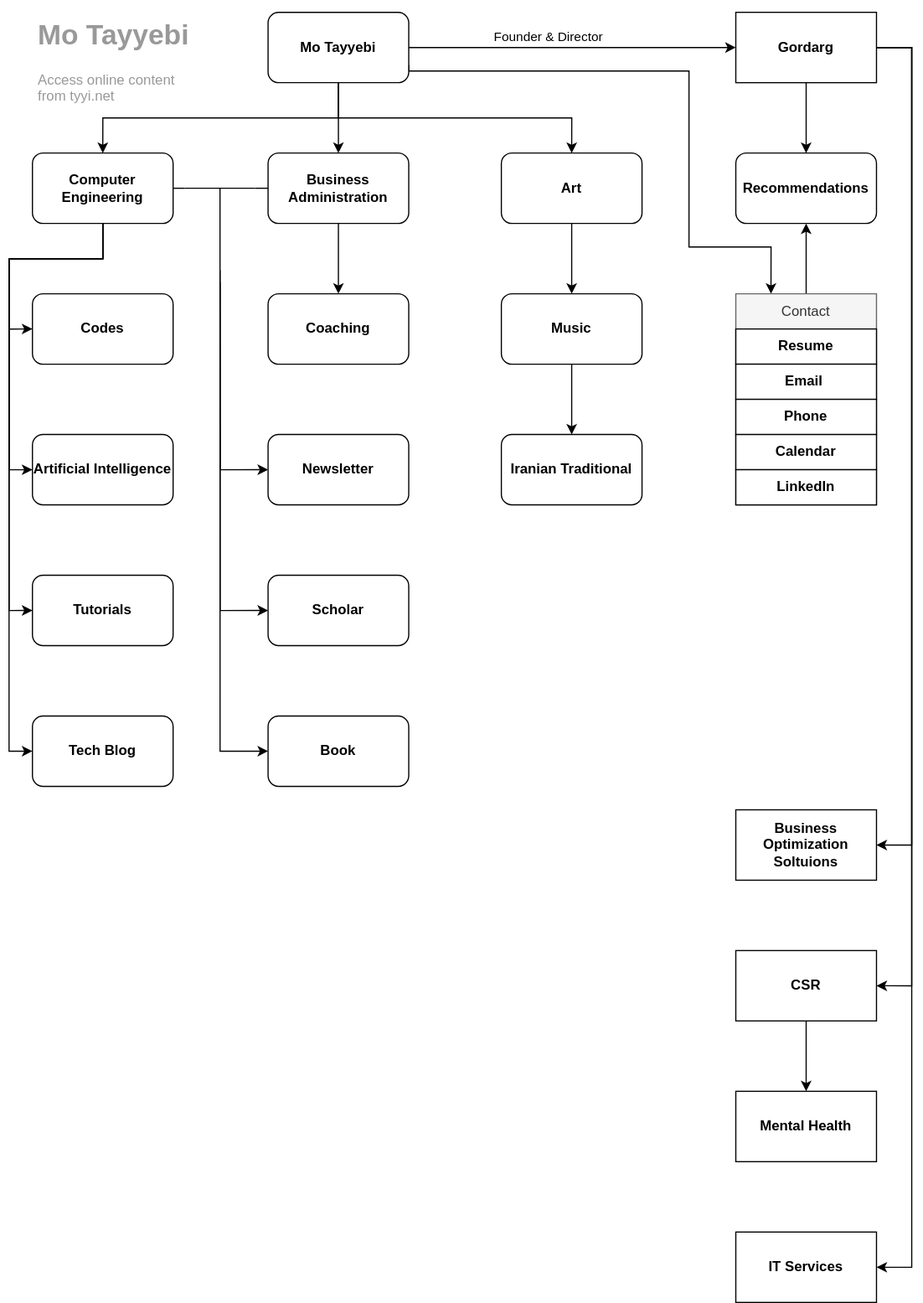
Earlier version of the draw.io export img/map.svg (tayyebi/tayyebi.github.io). Source tidied: cells renumbered, new cells last; positions are measured from the earlier drawing's top-left corner, leaving out a move shared by most shapes.
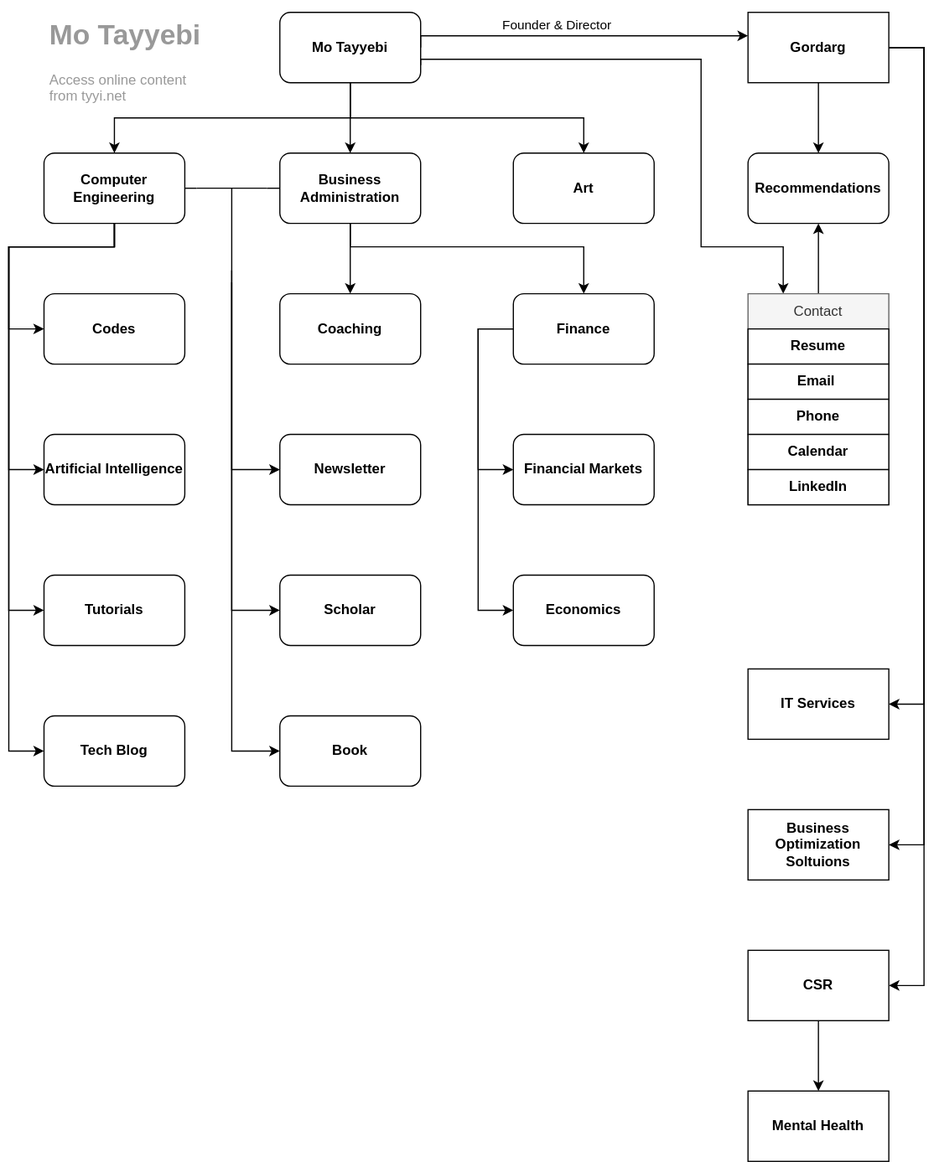
Above is the later version.

The edit, as a diff of the source:
```diff
@@ -17,7 +17,11 @@
       <mxGeometry relative="1" as="geometry" />
     </mxCell>
     <mxCell id="5" style="edgeStyle=orthogonalEdgeStyle;rounded=0;jettySize=auto;html=1;exitX=1;exitY=0.5;exitDx=0;exitDy=0;" parent="1" edge="1" source="8" target="12">
-      <mxGeometry relative="1" as="geometry" />
+      <mxGeometry relative="1" as="geometry">
+        <Array as="points">
+          <mxPoint x="341" y="20" />
+        </Array>
+      </mxGeometry>
     </mxCell>
     <mxCell id="6" value="Founder &amp;amp; Director" style="edgeLabel;html=1;align=center;verticalAlign=middle;" parent="5" vertex="1">
       <mxGeometry x="0.22" y="-2" relative="1" as="geometry">
@@ -27,8 +31,8 @@
     <mxCell id="7" style="edgeStyle=orthogonalEdgeStyle;rounded=0;jettySize=auto;html=1;exitX=1;exitY=0.75;exitDx=0;exitDy=0;fontColor=#000000;entryX=0.25;entryY=0;entryDx=0;entryDy=0;" parent="1" edge="1" source="8" target="22">
       <mxGeometry relative="1" as="geometry">
         <Array as="points">
-          <mxPoint x="341" y="50" />
-          <mxPoint x="580" y="50" />
+          <mxPoint x="341" y="40" />
+          <mxPoint x="580" y="40" />
           <mxPoint x="580" y="200" />
           <mxPoint x="650" y="200" />
         </Array>
@@ -57,7 +61,8 @@
       <mxGeometry relative="1" as="geometry">
         <Array as="points">
           <mxPoint x="770" y="30" />
-          <mxPoint x="770" y="1070" />
+          <mxPoint x="770" y="590" />
+          <mxPoint x="740" y="590" />
         </Array>
       </mxGeometry>
     </mxCell>
@@ -65,32 +70,38 @@
       <mxGeometry x="620" width="120" height="60" as="geometry" />
     </mxCell>
     <mxCell id="13" style="edgeStyle=orthogonalEdgeStyle;rounded=0;jettySize=auto;html=1;entryX=0;entryY=0.5;entryDx=0;entryDy=0;fontColor=#000000;" parent="1" edge="1" source="17" target="49">
-      <mxGeometry relative="1" as="geometry" />
+      <mxGeometry relative="1" as="geometry">
+        <Array as="points">
+          <mxPoint x="80" y="200" />
+          <mxPoint x="-10" y="200" />
+          <mxPoint x="-10" y="270" />
+        </Array>
+      </mxGeometry>
     </mxCell>
     <mxCell id="14" style="edgeStyle=orthogonalEdgeStyle;rounded=0;jettySize=auto;html=1;entryX=0;entryY=0.5;entryDx=0;entryDy=0;fontColor=#000000;" parent="1" edge="1" source="17" target="50">
       <mxGeometry relative="1" as="geometry">
         <Array as="points">
-          <mxPoint x="80" y="210" />
-          <mxPoint y="210" />
-          <mxPoint y="390" />
+          <mxPoint x="80" y="200" />
+          <mxPoint x="-10" y="200" />
+          <mxPoint x="-10" y="390" />
         </Array>
       </mxGeometry>
     </mxCell>
     <mxCell id="15" style="edgeStyle=orthogonalEdgeStyle;rounded=0;jettySize=auto;html=1;exitX=0.5;exitY=1;exitDx=0;exitDy=0;entryX=0;entryY=0.5;entryDx=0;entryDy=0;fontColor=#000000;" parent="1" edge="1" source="17" target="52">
       <mxGeometry relative="1" as="geometry">
         <Array as="points">
-          <mxPoint x="80" y="210" />
-          <mxPoint y="210" />
-          <mxPoint y="510" />
+          <mxPoint x="80" y="200" />
+          <mxPoint x="-10" y="200" />
+          <mxPoint x="-10" y="510" />
         </Array>
       </mxGeometry>
     </mxCell>
     <mxCell id="16" style="edgeStyle=orthogonalEdgeStyle;rounded=0;jettySize=auto;html=1;entryX=0;entryY=0.5;entryDx=0;entryDy=0;fontColor=#000000;" parent="1" edge="1" source="17" target="53">
       <mxGeometry relative="1" as="geometry">
         <Array as="points">
-          <mxPoint x="80" y="210" />
-          <mxPoint y="210" />
-          <mxPoint y="630" />
+          <mxPoint x="80" y="200" />
+          <mxPoint x="-10" y="200" />
+          <mxPoint x="-10" y="630" />
         </Array>
       </mxGeometry>
     </mxCell>
@@ -100,6 +111,14 @@
     <mxCell id="18" style="edgeStyle=orthogonalEdgeStyle;rounded=0;jettySize=auto;html=1;exitX=0.5;exitY=1;exitDx=0;exitDy=0;entryX=0.5;entryY=0;entryDx=0;entryDy=0;fontColor=#000000;" parent="1" edge="1" source="19" target="46">
       <mxGeometry relative="1" as="geometry" />
     </mxCell>
+    <mxCell id="54" style="edgeStyle=orthogonalEdgeStyle;rounded=0;jettySize=auto;html=1;entryX=0.5;entryY=0;entryDx=0;entryDy=0;" parent="1" edge="1" source="19" target="57">
+      <mxGeometry relative="1" as="geometry">
+        <Array as="points">
+          <mxPoint x="281" y="200" />
+          <mxPoint x="480" y="200" />
+        </Array>
+      </mxGeometry>
+    </mxCell>
     <mxCell id="19" value="&lt;b&gt;Business Administration&lt;/b&gt;" style="rounded=1;whiteSpace=wrap;html=1;" parent="1" vertex="1">
       <mxGeometry x="221" y="120" width="120" height="60" as="geometry" />
     </mxCell>
@@ -127,21 +146,9 @@
     <mxCell id="27" value="LinkedIn" style="text;align=center;verticalAlign=middle;spacingLeft=4;spacingRight=4;overflow=hidden;whiteSpace=wrap;html=1;fillColor=default;strokeColor=default;fontStyle=1;" parent="22" vertex="1">
       <mxGeometry y="150" width="120" height="30" as="geometry" />
     </mxCell>
-    <mxCell id="28" style="edgeStyle=orthogonalEdgeStyle;rounded=0;jettySize=auto;html=1;exitX=0.5;exitY=1;exitDx=0;exitDy=0;entryX=0.5;entryY=0;entryDx=0;entryDy=0;fontColor=#999999;" parent="1" edge="1" source="29" target="31">
-      <mxGeometry relative="1" as="geometry" />
-    </mxCell>
     <mxCell id="29" value="&lt;b&gt;Art&lt;br&gt;&lt;/b&gt;" style="rounded=1;whiteSpace=wrap;html=1;" parent="1" vertex="1">
       <mxGeometry x="420" y="120" width="120" height="60" as="geometry" />
     </mxCell>
-    <mxCell id="30" style="edgeStyle=orthogonalEdgeStyle;rounded=0;jettySize=auto;html=1;entryX=0.5;entryY=0;entryDx=0;entryDy=0;exitX=0.5;exitY=1;exitDx=0;exitDy=0;" parent="1" edge="1" source="31" target="32">
-      <mxGeometry relative="1" as="geometry" />
-    </mxCell>
-    <mxCell id="31" value="&lt;b&gt;Music&lt;/b&gt;" style="rounded=1;whiteSpace=wrap;html=1;" parent="1" vertex="1">
-      <mxGeometry x="420" y="240" width="120" height="60" as="geometry" />
-    </mxCell>
-    <mxCell id="32" value="&lt;b&gt;Iranian Traditional&lt;/b&gt;" style="rounded=1;whiteSpace=wrap;html=1;" parent="1" vertex="1">
-      <mxGeometry x="420" y="360" width="120" height="60" as="geometry" />
-    </mxCell>
     <mxCell id="33" style="edgeStyle=orthogonalEdgeStyle;rounded=0;jettySize=auto;html=1;exitX=0;exitY=0;exitDx=30;exitDy=80;exitPerimeter=0;entryX=0;entryY=0.5;entryDx=0;entryDy=0;fontColor=#000000;" parent="1" edge="1" source="36" target="39">
       <mxGeometry relative="1" as="geometry">
         <Array as="points">
@@ -192,7 +199,7 @@
       <mxGeometry x="620" y="920" width="120" height="60" as="geometry" />
     </mxCell>
     <mxCell id="45" value="&lt;b&gt;IT Services&lt;br&gt;&lt;/b&gt;" style="rounded=0;whiteSpace=wrap;html=1;" parent="1" vertex="1">
-      <mxGeometry x="620" y="1040" width="120" height="60" as="geometry" />
+      <mxGeometry x="620" y="560" width="120" height="60" as="geometry" />
     </mxCell>
     <mxCell id="46" value="&lt;b&gt;Coaching&lt;br&gt;&lt;/b&gt;" style="rounded=1;whiteSpace=wrap;html=1;" parent="1" vertex="1">
       <mxGeometry x="221" y="240" width="120" height="60" as="geometry" />
@@ -218,5 +225,30 @@
     <mxCell id="53" value="&lt;b&gt;Tech Blog&lt;br&gt;&lt;/b&gt;" style="rounded=1;whiteSpace=wrap;html=1;" parent="1" vertex="1">
       <mxGeometry x="20" y="600" width="120" height="60" as="geometry" />
     </mxCell>
+    <mxCell id="55" style="edgeStyle=orthogonalEdgeStyle;rounded=0;jettySize=auto;html=1;exitX=0;exitY=0.5;exitDx=0;exitDy=0;entryX=0;entryY=0.5;entryDx=0;entryDy=0;" parent="1" edge="1" source="57" target="58">
+      <mxGeometry relative="1" as="geometry">
+        <Array as="points">
+          <mxPoint x="390" y="270" />
+          <mxPoint x="390" y="390" />
+        </Array>
+      </mxGeometry>
+    </mxCell>
+    <mxCell id="56" style="edgeStyle=orthogonalEdgeStyle;rounded=0;jettySize=auto;html=1;exitX=0;exitY=0.5;exitDx=0;exitDy=0;entryX=0;entryY=0.5;entryDx=0;entryDy=0;" parent="1" edge="1" source="57" target="59">
+      <mxGeometry relative="1" as="geometry">
+        <Array as="points">
+          <mxPoint x="390" y="270" />
+          <mxPoint x="390" y="510" />
+        </Array>
+      </mxGeometry>
+    </mxCell>
+    <mxCell id="57" value="&lt;b&gt;Finance&lt;br&gt;&lt;/b&gt;" style="rounded=1;whiteSpace=wrap;html=1;" parent="1" vertex="1">
+      <mxGeometry x="420" y="240" width="120" height="60" as="geometry" />
+    </mxCell>
+    <mxCell id="58" value="&lt;b&gt;Financial Markets&lt;br&gt;&lt;/b&gt;" style="rounded=1;whiteSpace=wrap;html=1;" parent="1" vertex="1">
+      <mxGeometry x="420" y="360" width="120" height="60" as="geometry" />
+    </mxCell>
+    <mxCell id="59" value="&lt;b&gt;Economics&lt;br&gt;&lt;/b&gt;" style="rounded=1;whiteSpace=wrap;html=1;" parent="1" vertex="1">
+      <mxGeometry x="420" y="480" width="120" height="60" as="geometry" />
+    </mxCell>
   </root>
 </mxGraphModel>
```
